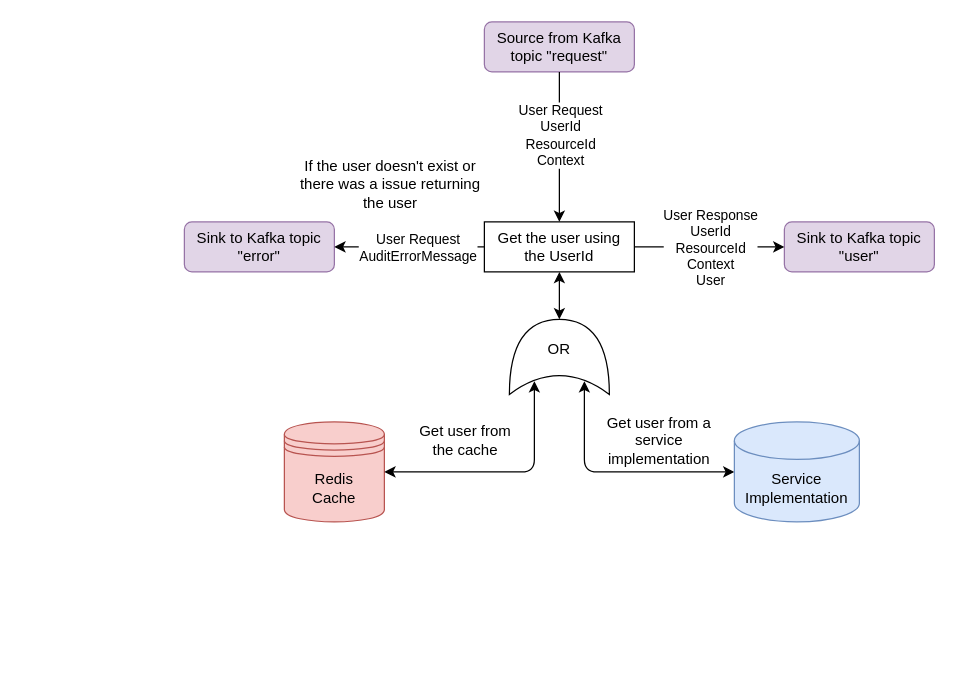
Before: user-service/doc/user-service.drawio in gchq/Palisade-services, a draw.io diagram. Source tidied: cells renumbered, new cells numbered last; positions are measured from the earlier drawing's top-left corner, leaving out a move shared by most shapes. Both pictures are drawn from the tidied source at 125%, with x=0, y=0 at pixel (184, 21).
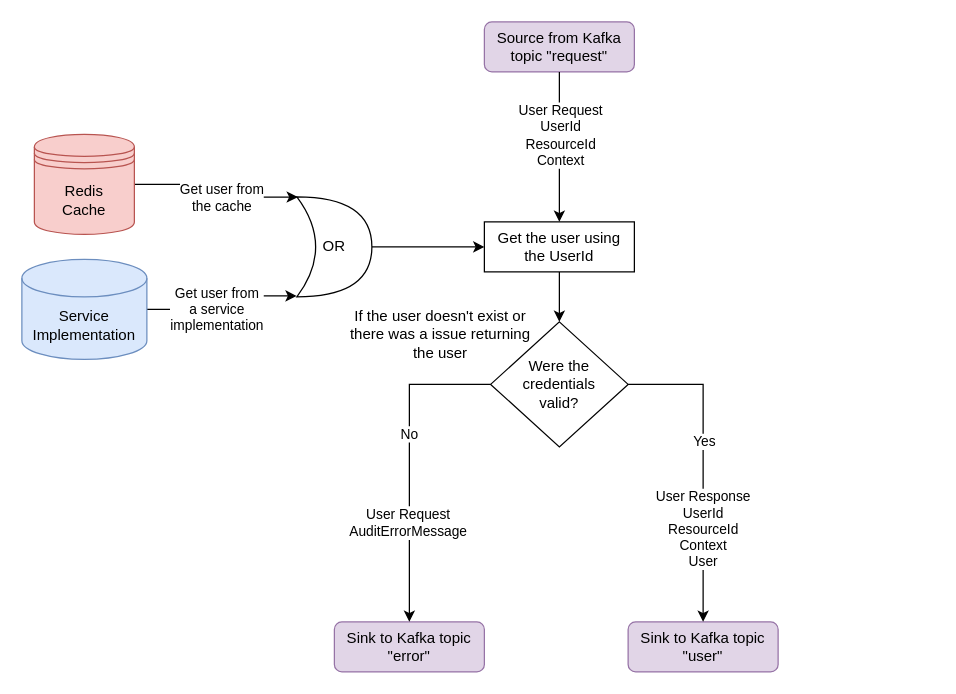
Above is the later version.

Commit message (it also covers changes not shown here):
PAL-1057 updated user service image, added resource service image to resource service readme

The change refers to these unchanged cells:
```xml
<mxCell id="5" value="Get the user using the UserId" style="rounded=0;whiteSpace=wrap;html=1;" parent="1" vertex="1">
  <mxGeometry x="240" y="160" width="120" height="40" as="geometry" />
</mxCell>
```

What changed in the source:
```diff
@@
-    <mxCell id="3" value="&lt;span&gt;Sink to Kafka topic &quot;user&quot;&lt;/span&gt;" style="rounded=1;whiteSpace=wrap;html=1;fillColor=#e1d5e7;strokeColor=#9673a6;" parent="1" vertex="1">
-      <mxGeometry x="480" y="160" width="120" height="40" as="geometry" />
-    </mxCell>
-    <mxCell id="4" value="Sink to Kafka topic &quot;error&quot;" style="rounded=1;whiteSpace=wrap;html=1;fillColor=#e1d5e7;strokeColor=#9673a6;" parent="1" vertex="1">
-      <mxGeometry y="160" width="120" height="40" as="geometry" />
-    </mxCell>
+    <mxCell id="22" style="edgeStyle=orthogonalEdgeStyle;rounded=0;jettySize=auto;html=1;exitX=0.5;exitY=1;exitDx=0;exitDy=0;" parent="1" edge="1" source="5" target="25">
+      <mxGeometry relative="1" as="geometry" />
+    </mxCell>
@@
-    <mxCell id="8" style="endArrow=classic;html=1;exitX=1;exitY=0.5;exitDx=0;exitDy=0;entryX=0;entryY=0.5;entryDx=0;entryDy=0;" parent="1" edge="1" source="5" target="3">
-      <mxGeometry relative="1" as="geometry" />
-    </mxCell>
-    <mxCell id="9" value="User Response&lt;br&gt;UserId&lt;br&gt;ResourceId&lt;br&gt;Context&lt;br&gt;User" style="edgeLabel;html=1;align=center;verticalAlign=middle;" parent="8" vertex="1">
-      <mxGeometry x="0.18" y="1" relative="1" as="geometry">
-        <mxPoint x="-11" y="1" as="offset" />
-      </mxGeometry>
-    </mxCell>
-    <mxCell id="10" style="endArrow=classic;html=1;entryX=1;entryY=0.5;entryDx=0;entryDy=0;exitX=0;exitY=0.5;exitDx=0;exitDy=0;" parent="1" edge="1" source="5" target="4">
-      <mxGeometry relative="1" as="geometry" />
-    </mxCell>
-    <mxCell id="11" value="User Request&lt;br&gt;AuditErrorMessage&lt;br&gt;" style="edgeLabel;html=1;align=center;verticalAlign=middle;" parent="10" vertex="1">
-      <mxGeometry x="0.1" y="-1" relative="1" as="geometry">
-        <mxPoint x="12" y="1" as="offset" />
-      </mxGeometry>
-    </mxCell>
+    <mxCell id="18" style="edgeStyle=orthogonalEdgeStyle;rounded=0;jettySize=auto;html=1;exitX=1;exitY=0.5;exitDx=0;exitDy=0;entryX=0.013;entryY=0.002;entryDx=0;entryDy=0;entryPerimeter=0;" parent="1" edge="1" source="13" target="17">
+      <mxGeometry relative="1" as="geometry">
+        <Array as="points">
+          <mxPoint x="25" y="130" />
+          <mxPoint x="25" y="140" />
+        </Array>
+      </mxGeometry>
+    </mxCell>
+    <mxCell id="14" value="&lt;div&gt;Get user from &lt;br&gt;&lt;/div&gt;&lt;div&gt;the cache&lt;/div&gt;" style="edgeLabel;html=1;align=center;verticalAlign=middle;" parent="18" vertex="1">
+      <mxGeometry x="-0.23" relative="1" as="geometry">
+        <mxPoint x="15" y="10" as="offset" />
+      </mxGeometry>
+    </mxCell>
+    <mxCell id="13" value="&lt;div&gt;&lt;span&gt;Redis&lt;/span&gt;&lt;/div&gt;&lt;div&gt;&lt;span&gt;Cache&lt;/span&gt;&lt;/div&gt;" style="shape=datastore;whiteSpace=wrap;html=1;labelBackgroundColor=none;fillColor=#f8cecc;strokeColor=#b85450;" parent="1" vertex="1">
+      <mxGeometry x="-120" y="90" width="80" height="80" as="geometry" />
+    </mxCell>
-    <mxCell id="12" style="endArrow=classic;startArrow=classic;html=1;entryX=0.175;entryY=0.75;entryDx=0;entryDy=0;entryPerimeter=0;exitX=0;exitY=0.5;exitDx=0;exitDy=0;exitPerimeter=0;" parent="1" edge="1" source="16" target="17">
+    <mxCell id="12" style="edgeStyle=orthogonalEdgeStyle;rounded=0;jettySize=auto;html=1;exitX=1;exitY=0.5;exitDx=0;exitDy=0;exitPerimeter=0;entryX=-0.003;entryY=0.99;entryDx=0;entryDy=0;entryPerimeter=0;" parent="1" edge="1" source="16" target="17">
       <mxGeometry relative="1" as="geometry">
         <Array as="points">
-          <mxPoint x="320" y="360" />
+          <mxPoint x="30" y="230" />
+          <mxPoint x="30" y="219" />
         </Array>
       </mxGeometry>
     </mxCell>
-    <mxCell id="13" value="&lt;div&gt;&lt;span&gt;Redis&lt;/span&gt;&lt;/div&gt;&lt;div&gt;&lt;span&gt;Cache&lt;/span&gt;&lt;/div&gt;" style="shape=datastore;whiteSpace=wrap;html=1;labelBackgroundColor=none;fillColor=#f8cecc;strokeColor=#b85450;" parent="1" vertex="1">
-      <mxGeometry x="80" y="320" width="80" height="80" as="geometry" />
-    </mxCell>
-    <mxCell id="14" value="Get user from the cache" style="text;html=1;strokeColor=none;fillColor=none;align=center;verticalAlign=middle;whiteSpace=wrap;rounded=0;" parent="1" vertex="1">
-      <mxGeometry x="180" y="320" width="90" height="30" as="geometry" />
-    </mxCell>
-    <mxCell id="15" value="Get user from a service implementation" style="text;html=1;strokeColor=none;fillColor=none;align=center;verticalAlign=middle;whiteSpace=wrap;rounded=0;" parent="1" vertex="1">
-      <mxGeometry x="330" y="320" width="100" height="30" as="geometry" />
+    <mxCell id="15" value="&lt;div&gt;Get user from &lt;br&gt;&lt;/div&gt;&lt;div&gt;a service &lt;br&gt;&lt;/div&gt;&lt;div&gt;implementation&lt;/div&gt;" style="edgeLabel;html=1;align=center;verticalAlign=middle;" parent="12" vertex="1">
+      <mxGeometry x="0.23" relative="1" as="geometry">
+        <mxPoint x="-14" y="10" as="offset" />
+      </mxGeometry>
     </mxCell>
     <mxCell id="16" value="Service Implementation" style="shape=cylinder3;whiteSpace=wrap;html=1;boundedLbl=1;backgroundOutline=1;size=15;fillColor=#dae8fc;strokeColor=#6c8ebf;" parent="1" vertex="1">
-      <mxGeometry x="440" y="320" width="100" height="80" as="geometry" />
+      <mxGeometry x="-130" y="190" width="100" height="80" as="geometry" />
     </mxCell>
+    <mxCell id="19" style="edgeStyle=orthogonalEdgeStyle;rounded=0;jettySize=auto;html=1;exitX=1;exitY=0.5;exitDx=0;exitDy=0;exitPerimeter=0;entryX=0;entryY=0.5;entryDx=0;entryDy=0;" parent="1" edge="1" source="17" target="5">
+      <mxGeometry relative="1" as="geometry" />
+    </mxCell>
-    <mxCell id="17" style="shape=xor;whiteSpace=wrap;html=1;rotation=-90;" parent="1" vertex="1">
-      <mxGeometry x="270" y="228" width="60" height="80" as="geometry" />
+    <mxCell id="17" value="&lt;div&gt;OR&lt;/div&gt;" style="shape=xor;whiteSpace=wrap;html=1;rotation=0;" parent="1" vertex="1">
+      <mxGeometry x="90" y="140" width="60" height="80" as="geometry" />
     </mxCell>
-    <mxCell id="18" style="endArrow=classic;startArrow=classic;html=1;entryX=0.175;entryY=0.25;entryDx=0;entryDy=0;entryPerimeter=0;exitX=1;exitY=0.5;exitDx=0;exitDy=0;" parent="1" edge="1" source="13" target="17">
-      <mxGeometry relative="1" as="geometry">
-        <Array as="points">
-          <mxPoint x="280" y="360" />
-        </Array>
-      </mxGeometry>
-    </mxCell>
-    <mxCell id="19" style="endArrow=classic;startArrow=classic;html=1;entryX=0.5;entryY=1;entryDx=0;entryDy=0;" parent="1" edge="1" source="17" target="5">
-      <mxGeometry relative="1" as="geometry" />
-    </mxCell>
-    <mxCell id="20" value="OR" style="text;html=1;strokeColor=none;fillColor=none;align=center;verticalAlign=middle;whiteSpace=wrap;rounded=0;" parent="1" vertex="1">
-      <mxGeometry x="280" y="252" width="40" height="20" as="geometry" />
-    </mxCell>
+    <mxCell id="3" value="&lt;span&gt;Sink to Kafka topic &quot;user&quot;&lt;/span&gt;" style="rounded=1;whiteSpace=wrap;html=1;fillColor=#e1d5e7;strokeColor=#9673a6;" parent="1" vertex="1">
+      <mxGeometry x="355" y="480" width="120" height="40" as="geometry" />
+    </mxCell>
+    <mxCell id="4" value="Sink to Kafka topic &quot;error&quot;" style="rounded=1;whiteSpace=wrap;html=1;fillColor=#e1d5e7;strokeColor=#9673a6;" parent="1" vertex="1">
+      <mxGeometry x="120" y="480" width="120" height="40" as="geometry" />
+    </mxCell>
     <mxCell id="21" value="If the user doesn't exist or there was a issue returning the user" style="text;html=1;strokeColor=none;fillColor=none;align=center;verticalAlign=middle;whiteSpace=wrap;rounded=0;" parent="1" vertex="1">
-      <mxGeometry x="90" y="100" width="150" height="60" as="geometry" />
+      <mxGeometry x="130" y="220" width="150" height="60" as="geometry" />
     </mxCell>
+    <mxCell id="23" value="No" style="edgeStyle=orthogonalEdgeStyle;rounded=0;jettySize=auto;html=1;exitX=0;exitY=0.5;exitDx=0;exitDy=0;entryX=0.5;entryY=0;entryDx=0;entryDy=0;" parent="1" edge="1" source="25" target="4">
+      <mxGeometry x="-0.18" relative="1" as="geometry" />
+    </mxCell>
+    <mxCell id="11" value="User Request&lt;br&gt;AuditErrorMessage" style="edgeLabel;html=1;align=center;verticalAlign=middle;" parent="23" vertex="1">
+      <mxGeometry x="0.37" y="-2" relative="1" as="geometry" />
+    </mxCell>
+    <mxCell id="9" value="&lt;div&gt;User Response&lt;/div&gt;&lt;div&gt;UserId&lt;/div&gt;ResourceId&lt;br&gt;Context&lt;br&gt;User" style="edgeStyle=orthogonalEdgeStyle;rounded=0;jettySize=auto;html=1;exitX=1;exitY=0.5;exitDx=0;exitDy=0;" parent="1" edge="1" source="25" target="3">
+      <mxGeometry x="0.41" relative="1" as="geometry" />
+    </mxCell>
+    <mxCell id="24" value="Yes" style="edgeLabel;html=1;align=center;verticalAlign=middle;" parent="9" vertex="1">
+      <mxGeometry x="-0.16" relative="1" as="geometry" />
+    </mxCell>
+    <mxCell id="25" value="&lt;div&gt;Were the&lt;/div&gt;&lt;div&gt; credentials &lt;br&gt;&lt;/div&gt;&lt;div&gt;valid?&lt;br&gt;&lt;/div&gt;" style="rhombus;whiteSpace=wrap;html=1;" parent="1" vertex="1">
+      <mxGeometry x="245" y="240" width="110" height="100" as="geometry" />
+    </mxCell>
```
